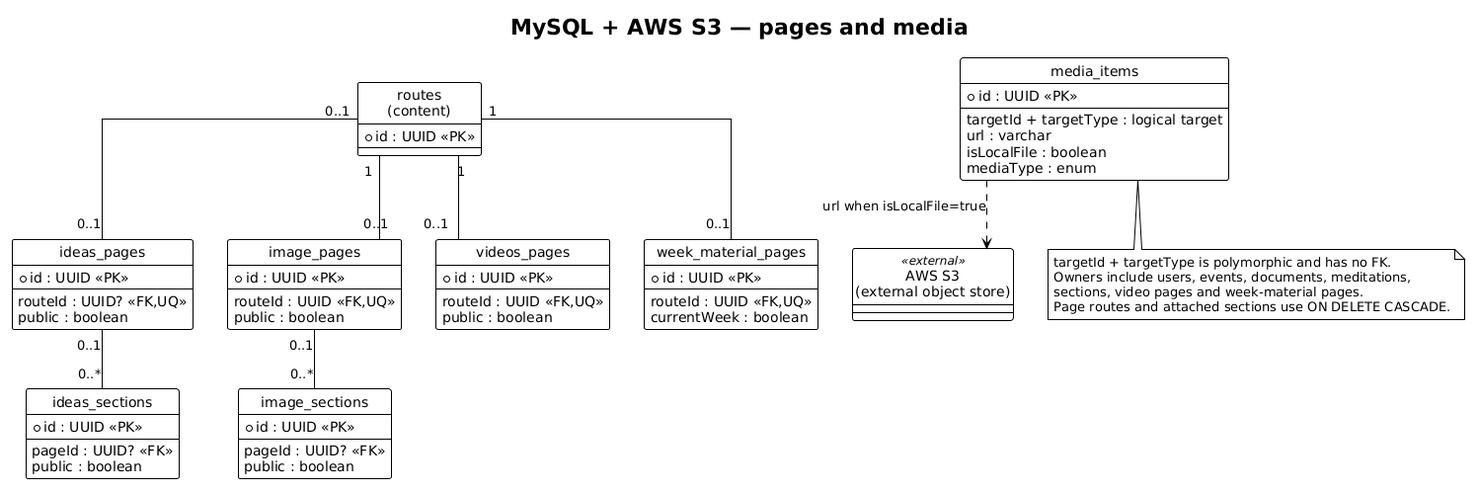
ministerioclubinhos/clubinhonib-api keeps this PlantUML diagram as docs/diagrams/database/pages-media-schema.png. Above is the earlier version.
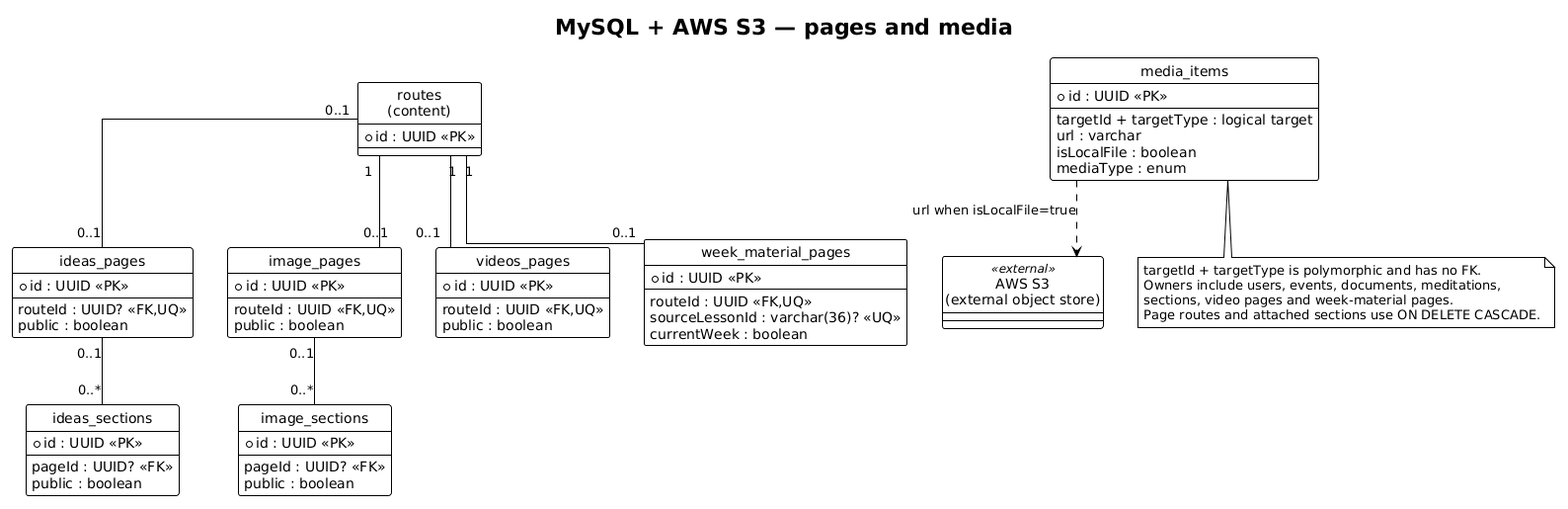
The same diagram one commit later.

Diff of the diagram source:
```diff
@@ -49,6 +49,7 @@
   * id : UUID <<PK>>
   --
   routeId : UUID <<FK,UQ>>
+  sourceLessonId : varchar(36)? <<UQ>>
   currentWeek : boolean
 }
 
```
